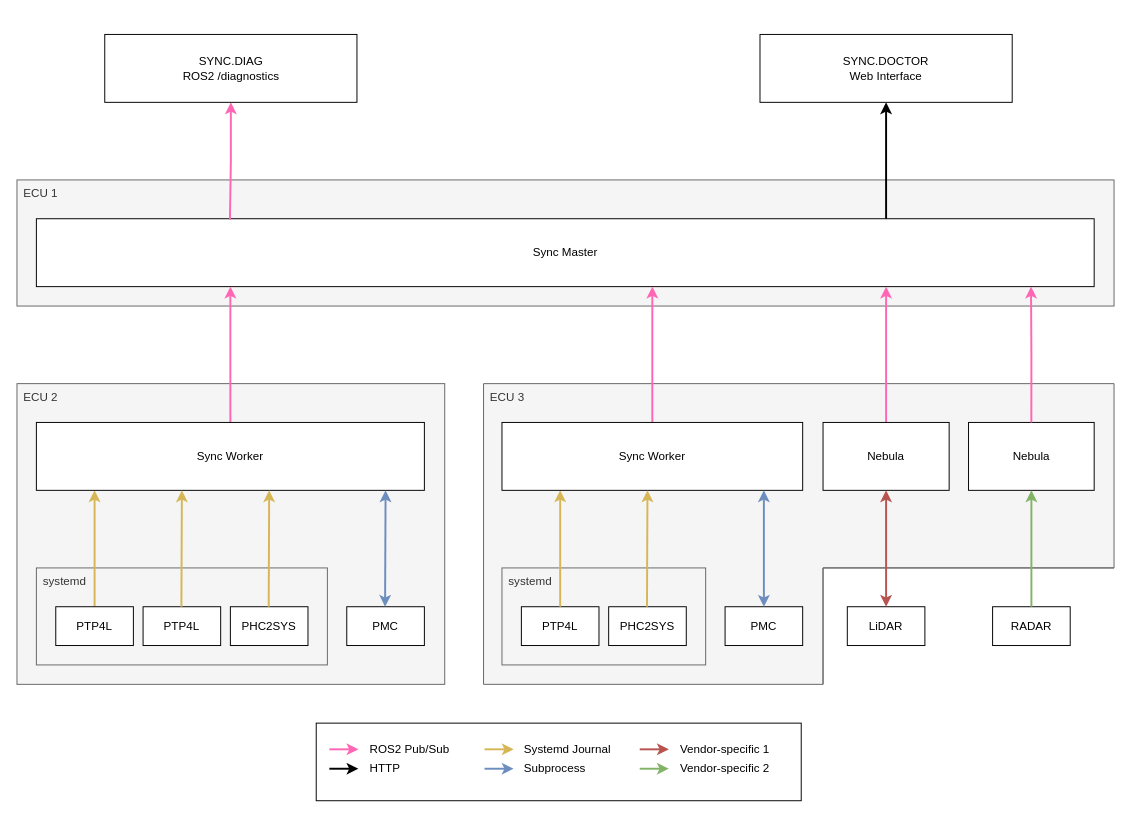
The draw.io diagram page "Diagnostics [Architecture]" (4 of 4) of docs/img/sync_tooling.drawio in tier4/sync_tooling, before the edit. Source tidied: cells renumbered, new cells numbered last; positions are measured from the earlier drawing's top-left corner, leaving out a move shared by most shapes. Both pictures are drawn from the tidied source at 97%, with x=0, y=0 at pixel (16, 34).
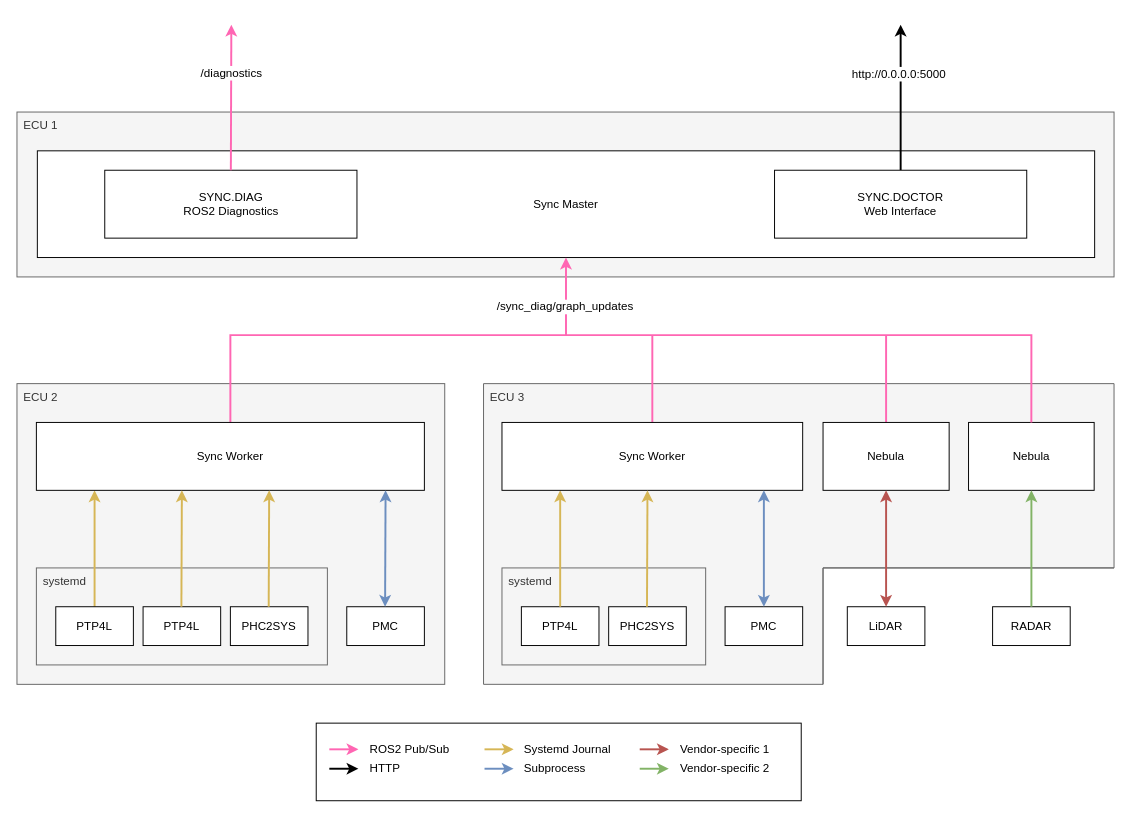
Above is the later version.

Unchanged cells that the change refers to:
```xml
<mxCell id="17" value="Sync Worker" style="rounded=0;whiteSpace=wrap;html=1;" parent="1" vertex="1">
  <mxGeometry x="20" y="400" width="400" height="70" as="geometry" />
</mxCell>
<mxCell id="23" value="Sync Worker" style="rounded=0;whiteSpace=wrap;html=1;" parent="1" vertex="1">
  <mxGeometry x="500" y="400" width="310" height="70" as="geometry" />
</mxCell>
<mxCell id="27" value="Nebula" style="rounded=0;whiteSpace=wrap;html=1;" parent="1" vertex="1">
  <mxGeometry x="831" y="400" width="130" height="70" as="geometry" />
</mxCell>
<mxCell id="30" value="Nebula" style="rounded=0;whiteSpace=wrap;html=1;" parent="1" vertex="1">
  <mxGeometry x="981" y="400" width="129.5" height="70" as="geometry" />
</mxCell>
```

Change to the diagram source:
```diff
@@
     <mxCell id="3" value="ECU 1" style="rounded=0;whiteSpace=wrap;html=1;fillColor=#f5f5f5;strokeColor=#666666;fillStyle=auto;spacingLeft=5;verticalAlign=top;align=left;fontColor=#333333;" parent="1" vertex="1">
-      <mxGeometry y="150" width="1131" height="130" as="geometry" />
+      <mxGeometry y="80" width="1131" height="170" as="geometry" />
     </mxCell>
     <mxCell id="4" value="Sync Master" style="rounded=0;whiteSpace=wrap;html=1;" parent="1" vertex="1">
-      <mxGeometry x="20" y="190" width="1090.5" height="70" as="geometry" />
+      <mxGeometry x="21" y="120" width="1090" height="110" as="geometry" />
     </mxCell>
@@
-    <mxCell id="16" style="edgeStyle=orthogonalEdgeStyle;rounded=0;jettySize=auto;html=1;exitX=0.5;exitY=0;exitDx=0;exitDy=0;strokeWidth=2;strokeColor=#FF66B3;" parent="1" edge="1" source="17">
+    <mxCell id="16" style="edgeStyle=orthogonalEdgeStyle;rounded=0;jettySize=auto;html=1;exitX=0.5;exitY=0;exitDx=0;exitDy=0;strokeWidth=2;strokeColor=#FF66B3;endArrow=none;endFill=0;" parent="1" edge="1" source="17">
       <mxGeometry relative="1" as="geometry">
-        <mxPoint x="220" y="260" as="targetPoint" />
+        <mxPoint x="566" y="310" as="targetPoint" />
+        <Array as="points">
+          <mxPoint x="220" y="310" />
+          <mxPoint x="566" y="310" />
+        </Array>
       </mxGeometry>
     </mxCell>
@@
-    <mxCell id="22" style="edgeStyle=orthogonalEdgeStyle;rounded=0;jettySize=auto;html=1;exitX=0.5;exitY=0;exitDx=0;exitDy=0;strokeWidth=2;strokeColor=#FF66B3;" parent="1" edge="1" source="23">
+    <mxCell id="22" style="rounded=0;jettySize=auto;html=1;exitX=0.5;exitY=0;exitDx=0;exitDy=0;strokeWidth=2;strokeColor=#FF66B3;endArrow=none;endFill=0;" parent="1" edge="1" source="23">
       <mxGeometry relative="1" as="geometry">
-        <mxPoint x="655" y="260" as="targetPoint" />
+        <mxPoint x="655" y="310" as="targetPoint" />
       </mxGeometry>
     </mxCell>
@@
-    <mxCell id="26" style="edgeStyle=orthogonalEdgeStyle;rounded=0;jettySize=auto;html=1;exitX=0.5;exitY=0;exitDx=0;exitDy=0;strokeWidth=2;strokeColor=#FF66B3;" parent="1" edge="1" source="27">
+    <mxCell id="26" style="rounded=0;jettySize=auto;html=1;exitX=0.5;exitY=0;exitDx=0;exitDy=0;strokeWidth=2;strokeColor=#FF66B3;endArrow=none;endFill=0;" parent="1" edge="1" source="27">
       <mxGeometry relative="1" as="geometry">
-        <mxPoint x="896" y="260" as="targetPoint" />
+        <mxPoint x="896" y="310" as="targetPoint" />
       </mxGeometry>
     </mxCell>
@@
-    <mxCell id="28" style="edgeStyle=orthogonalEdgeStyle;rounded=0;jettySize=auto;html=1;exitX=0.5;exitY=1;exitDx=0;exitDy=0;startArrow=classic;startFill=1;endArrow=none;strokeWidth=2;fillColor=#d80073;strokeColor=#FF66B3;entryX=0.183;entryY=0.014;entryDx=0;entryDy=0;entryPerimeter=0;" parent="1" edge="1" source="29" target="4">
-      <mxGeometry relative="1" as="geometry" />
-    </mxCell>
-    <mxCell id="29" value="SYNC.DIAG&lt;br&gt;ROS2 /diagnostics" style="rounded=0;whiteSpace=wrap;html=1;" parent="1" vertex="1">
-      <mxGeometry x="90.5" width="260" height="70" as="geometry" />
+    <mxCell id="29" value="SYNC.DIAG&lt;br&gt;ROS2 Diagnostics" style="rounded=0;whiteSpace=wrap;html=1;" parent="1" vertex="1">
+      <mxGeometry x="90.5" y="140" width="260" height="70" as="geometry" />
     </mxCell>
@@
-    <mxCell id="31" style="edgeStyle=orthogonalEdgeStyle;rounded=0;jettySize=auto;html=1;strokeWidth=2;exitX=0.5;exitY=0;exitDx=0;exitDy=0;strokeColor=#FF66B3;" parent="1" edge="1" source="30">
+    <mxCell id="31" style="edgeStyle=orthogonalEdgeStyle;rounded=0;jettySize=auto;html=1;strokeWidth=2;exitX=0.5;exitY=0;exitDx=0;exitDy=0;strokeColor=#FF66B3;entryX=0.5;entryY=1;entryDx=0;entryDy=0;" parent="1" edge="1" source="30" target="4">
       <mxGeometry relative="1" as="geometry">
-        <mxPoint x="1045.4" y="260" as="targetPoint" />
+        <Array as="points">
+          <mxPoint x="1046" y="310" />
+          <mxPoint x="566" y="310" />
+        </Array>
       </mxGeometry>
     </mxCell>
+    <mxCell id="53" value="/sync_diag/graph_updates" style="edgeLabel;html=1;align=center;verticalAlign=middle;fontSize=12;" parent="31" vertex="1">
+      <mxGeometry x="0.38" relative="1" as="geometry">
+        <mxPoint x="-123" y="-30" as="offset" />
+      </mxGeometry>
+    </mxCell>
@@
-    <mxCell id="37" style="edgeStyle=orthogonalEdgeStyle;rounded=0;jettySize=auto;html=1;exitX=0.5;exitY=1;exitDx=0;exitDy=0;startArrow=classic;startFill=1;endArrow=none;strokeWidth=2;" parent="1" edge="1" source="38">
-      <mxGeometry relative="1" as="geometry">
-        <mxPoint x="896" y="190" as="targetPoint" />
-      </mxGeometry>
-    </mxCell>
+    <mxCell id="54" style="edgeStyle=none;html=1;exitX=0.5;exitY=0;exitDx=0;exitDy=0;strokeWidth=2;" parent="1" edge="1" source="38">
+      <mxGeometry relative="1" as="geometry">
+        <mxPoint x="911" y="-10" as="targetPoint" />
+      </mxGeometry>
+    </mxCell>
+    <mxCell id="55" value="http://0.0.0.0:5000" style="edgeLabel;html=1;align=center;verticalAlign=middle;fontSize=12;" parent="54" vertex="1">
+      <mxGeometry x="0.21" y="3" relative="1" as="geometry">
+        <mxPoint y="-9" as="offset" />
+      </mxGeometry>
+    </mxCell>
     <mxCell id="38" value="SYNC.DOCTOR&lt;br&gt;Web Interface" style="rounded=0;whiteSpace=wrap;html=1;" parent="1" vertex="1">
-      <mxGeometry x="766" width="260" height="70" as="geometry" />
+      <mxGeometry x="781" y="140" width="260" height="70" as="geometry" />
     </mxCell>
@@
+    <mxCell id="56" style="rounded=0;jettySize=auto;html=1;strokeWidth=2;strokeColor=#FF66B3;exitX=0.5;exitY=0;exitDx=0;exitDy=0;" parent="1" edge="1" source="29">
+      <mxGeometry relative="1" as="geometry">
+        <mxPoint x="221" y="-10" as="targetPoint" />
+      </mxGeometry>
+    </mxCell>
+    <mxCell id="57" value="/diagnostics" style="edgeLabel;html=1;align=center;verticalAlign=middle;fontSize=12;" parent="56" vertex="1">
+      <mxGeometry x="0.02" y="-2" relative="1" as="geometry">
+        <mxPoint x="-2" y="-24" as="offset" />
+      </mxGeometry>
+    </mxCell>
```
